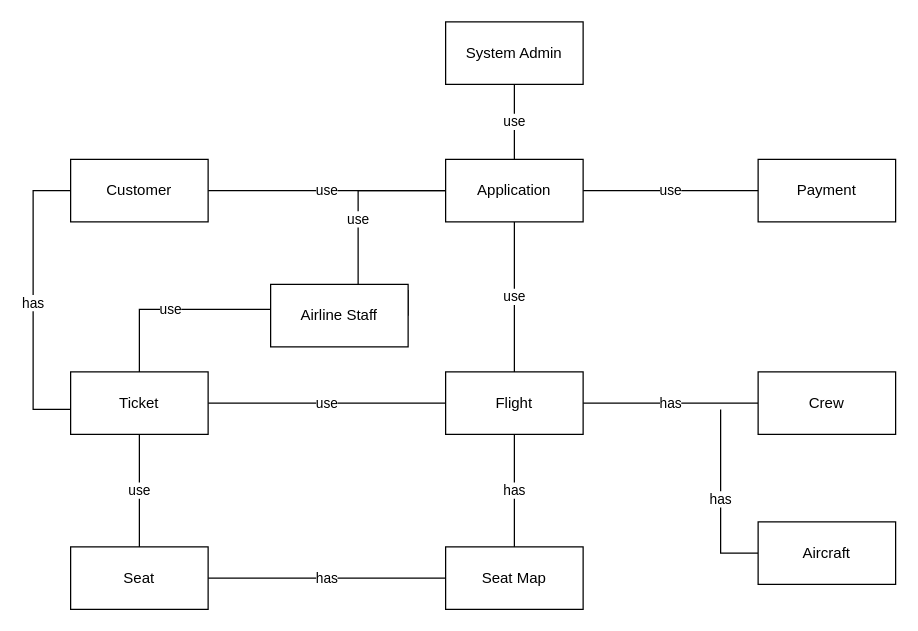
Above: P1_Use_Case_Diagram/Conceptual Model.drawio in ESDiep/FlightReservationProject (draw.io), before the change. Source tidied: cells renumbered, new cells numbered last; positions are measured from the earlier drawing's top-left corner, leaving out a move shared by most shapes. Both pictures are drawn from the tidied source at 125%, with x=0, y=0 at pixel (32, 21).
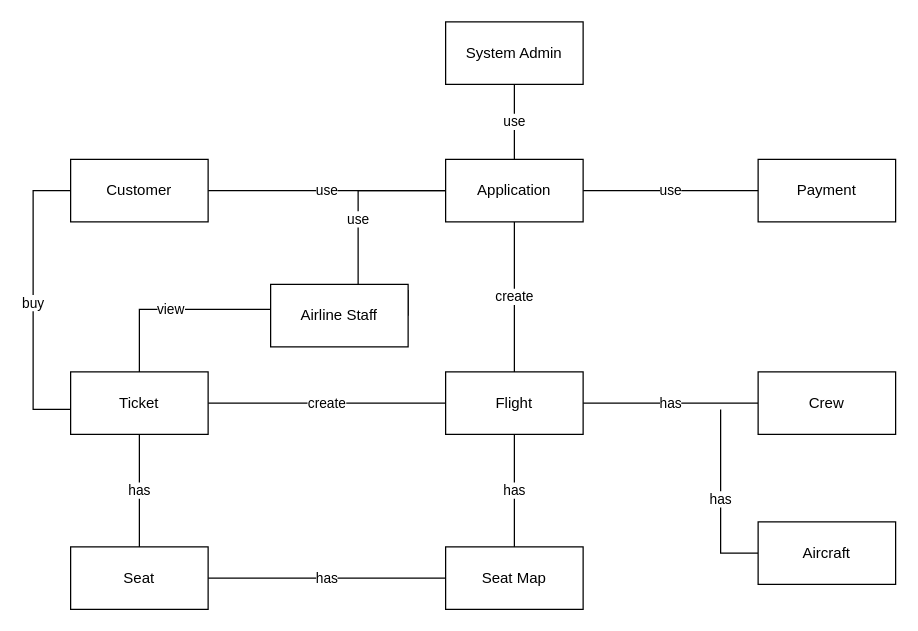
Above is the later version.

The change refers to these unchanged cells:
```xml
<mxCell id="4" value="Customer" style="html=1;whiteSpace=wrap;" parent="1" vertex="1">
  <mxGeometry x="30" y="110" width="110" height="50" as="geometry" />
</mxCell>
<mxCell id="8" value="Seat" style="html=1;whiteSpace=wrap;" parent="1" vertex="1">
  <mxGeometry x="30" y="420" width="110" height="50" as="geometry" />
</mxCell>
<mxCell id="12" value="Ticket" style="html=1;whiteSpace=wrap;" parent="1" vertex="1">
  <mxGeometry x="30" y="280" width="110" height="50" as="geometry" />
</mxCell>
<mxCell id="17" value="Flight" style="html=1;whiteSpace=wrap;" parent="1" vertex="1">
  <mxGeometry x="330" y="280" width="110" height="50" as="geometry" />
</mxCell>
<mxCell id="20" value="Application" style="html=1;whiteSpace=wrap;" parent="1" vertex="1">
  <mxGeometry x="330" y="110" width="110" height="50" as="geometry" />
</mxCell>
<mxCell id="23" value="Airline Staff" style="html=1;whiteSpace=wrap;" parent="1" vertex="1">
  <mxGeometry x="190" y="210" width="110" height="50" as="geometry" />
</mxCell>
```

What changed in the source:
```diff
@@
-    <mxCell id="3" value="has" style="edgeStyle=orthogonalEdgeStyle;rounded=0;jettySize=auto;html=1;entryX=0;entryY=0.5;entryDx=0;entryDy=0;endArrow=none;endFill=0;" parent="1" edge="1" source="4" target="12">
+    <mxCell id="3" value="buy" style="edgeStyle=orthogonalEdgeStyle;rounded=0;jettySize=auto;html=1;entryX=0;entryY=0.5;entryDx=0;entryDy=0;endArrow=none;endFill=0;" parent="1" edge="1" source="4" target="12">
       <mxGeometry relative="1" as="geometry">
         <Array as="points">
           <mxPoint y="135" />
           <mxPoint y="310" />
           <mxPoint x="30" y="310" />
         </Array>
       </mxGeometry>
     </mxCell>
@@
-    <mxCell id="6" value="use" style="edgeStyle=orthogonalEdgeStyle;rounded=0;jettySize=auto;html=1;endArrow=none;endFill=0;" parent="1" edge="1" source="8" target="12">
+    <mxCell id="6" value="has" style="edgeStyle=orthogonalEdgeStyle;rounded=0;jettySize=auto;html=1;endArrow=none;endFill=0;" parent="1" edge="1" source="8" target="12">
       <mxGeometry relative="1" as="geometry" />
     </mxCell>
@@
-    <mxCell id="11" value="use" style="edgeStyle=orthogonalEdgeStyle;rounded=0;jettySize=auto;html=1;entryX=0;entryY=0.5;entryDx=0;entryDy=0;endArrow=none;endFill=0;" parent="1" edge="1" source="12" target="17">
+    <mxCell id="11" value="create" style="edgeStyle=orthogonalEdgeStyle;rounded=0;jettySize=auto;html=1;entryX=0;entryY=0.5;entryDx=0;entryDy=0;endArrow=none;endFill=0;" parent="1" edge="1" source="12" target="17">
       <mxGeometry relative="1" as="geometry" />
     </mxCell>
@@
-    <mxCell id="19" value="use" style="edgeStyle=orthogonalEdgeStyle;rounded=0;jettySize=auto;html=1;endArrow=none;endFill=0;" parent="1" edge="1" source="20" target="17">
+    <mxCell id="19" value="create" style="edgeStyle=orthogonalEdgeStyle;rounded=0;jettySize=auto;html=1;endArrow=none;endFill=0;" parent="1" edge="1" source="20" target="17">
       <mxGeometry relative="1" as="geometry" />
     </mxCell>
@@
-    <mxCell id="22" value="use" style="edgeStyle=orthogonalEdgeStyle;rounded=0;jettySize=auto;html=1;endArrow=none;endFill=0;" parent="1" edge="1" source="23" target="12">
+    <mxCell id="22" value="view" style="edgeStyle=orthogonalEdgeStyle;rounded=0;jettySize=auto;html=1;endArrow=none;endFill=0;" parent="1" edge="1" source="23" target="12">
       <mxGeometry x="0.03" relative="1" as="geometry">
         <Array as="points">
           <mxPoint x="85" y="230" />
         </Array>
       </mxGeometry>
     </mxCell>
```
